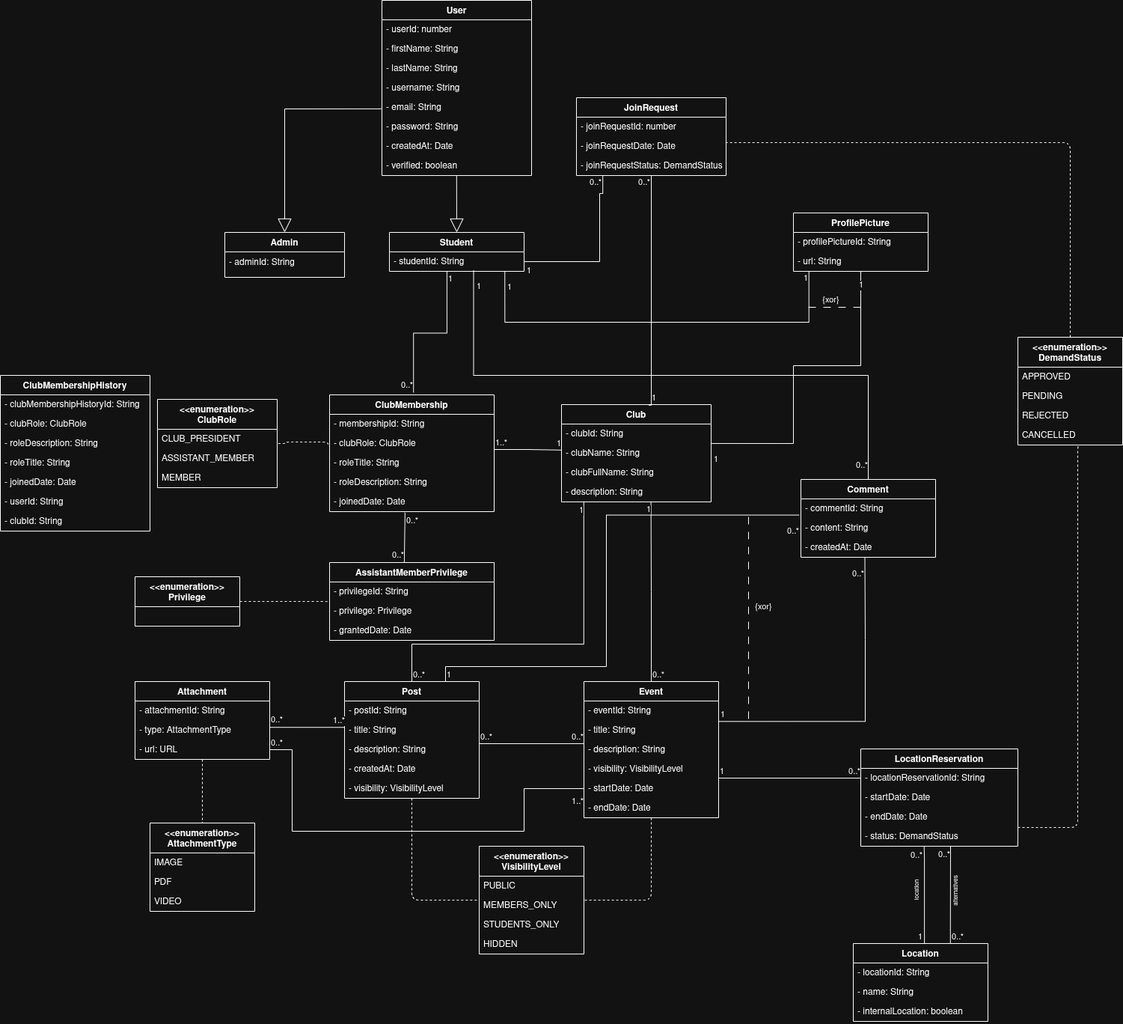
Above: docs/class_diagram.png in appsbuildcommunity/school-club-management-system (draw.io), before the change. Source tidied: cells renumbered, new cells last; positions are measured from the earlier drawing's top-left corner, leaving out a move shared by most shapes.
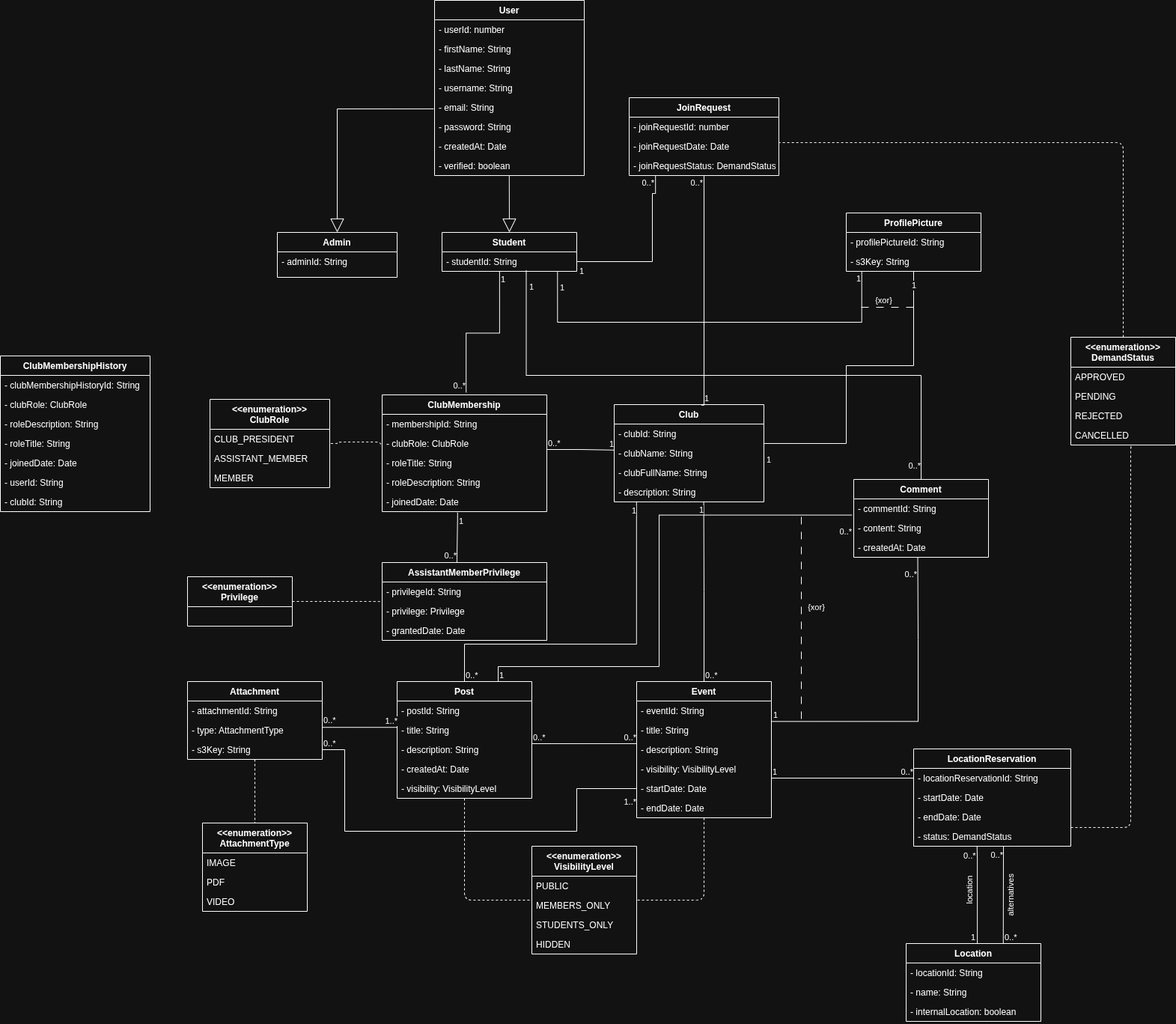
The same diagram one commit later.

Diff of the diagram source:
```diff
@@ -87,7 +87,7 @@
       <mxGeometry y="92" width="160" height="26" as="geometry" />
     </mxCell>
     <mxCell id="30" value="ClubMembershipHistory" style="swimlane;fontStyle=1;align=center;verticalAlign=top;horizontal=1;startSize=26;labelBorderColor=none;textShadow=0;" parent="1" vertex="1">
-      <mxGeometry y="501" width="200" height="208" as="geometry" />
+      <mxGeometry x="-70" y="475" width="200" height="208" as="geometry" />
     </mxCell>
     <mxCell id="31" value="- clubMembershipHistoryId: String" style="text;strokeColor=none;fillColor=none;align=left;verticalAlign=top;spacingLeft=4;spacingRight=4;overflow=hidden;html=1;labelBorderColor=none;textShadow=0;" parent="30" vertex="1">
       <mxGeometry y="26" width="200" height="26" as="geometry" />
@@ -185,7 +185,7 @@
     <mxCell id="62" value="- type: AttachmentType" style="text;strokeColor=none;fillColor=none;align=left;verticalAlign=top;spacingLeft=4;spacingRight=4;overflow=hidden;html=1;labelBorderColor=none;textShadow=0;" parent="60" vertex="1">
       <mxGeometry y="52" width="180" height="26" as="geometry" />
     </mxCell>
-    <mxCell id="63" value="- url: URL" style="text;strokeColor=none;fillColor=none;align=left;verticalAlign=top;spacingLeft=4;spacingRight=4;overflow=hidden;points=[[0,0.5],[1,0.5]];portConstraint=eastwest;html=1;labelBorderColor=none;textShadow=0;" parent="60" vertex="1">
+    <mxCell id="63" value="- s3Key: String" style="text;strokeColor=none;fillColor=none;align=left;verticalAlign=top;spacingLeft=4;spacingRight=4;overflow=hidden;points=[[0,0.5],[1,0.5]];portConstraint=eastwest;html=1;labelBorderColor=none;textShadow=0;" parent="60" vertex="1">
       <mxGeometry y="78" width="180" height="26" as="geometry" />
     </mxCell>
     <mxCell id="64" value="&lt;&lt;enumeration&gt;&gt;&#10;AttachmentType" style="swimlane;fontStyle=1;align=center;verticalAlign=top;horizontal=1;startSize=40;labelBorderColor=none;textShadow=0;" parent="1" vertex="1">
@@ -260,7 +260,7 @@
         <mxPoint x="749.8" y="600.8" as="targetPoint" />
       </mxGeometry>
     </mxCell>
-    <mxCell id="83" value="1..*" style="edgeLabel;html=1;align=left;verticalAlign=bottom;labelBorderColor=none;textShadow=0;" parent="82" vertex="1">
+    <mxCell id="83" value="0..*" style="edgeLabel;html=1;align=left;verticalAlign=bottom;labelBorderColor=none;textShadow=0;" parent="82" vertex="1">
       <mxGeometry x="-1" relative="1" as="geometry" />
     </mxCell>
     <mxCell id="84" value="1" style="edgeLabel;html=1;align=right;verticalAlign=bottom;labelBorderColor=none;textShadow=0;" parent="82" vertex="1">
@@ -362,7 +362,7 @@
         </Array>
       </mxGeometry>
     </mxCell>
-    <mxCell id="104" value="0..*" style="edgeLabel;html=1;align=left;verticalAlign=bottom;labelBorderColor=none;textShadow=0;" parent="103" vertex="1">
+    <mxCell id="104" value="1" style="edgeLabel;html=1;align=left;verticalAlign=bottom;labelBorderColor=none;textShadow=0;" parent="103" vertex="1">
       <mxGeometry x="-1" relative="1" as="geometry">
         <mxPoint y="20" as="offset" />
       </mxGeometry>
@@ -409,7 +409,7 @@
     <mxCell id="113" value="&lt;div style=&quot;text-align: center;&quot;&gt;&lt;span style=&quot;background-color: transparent; color: light-dark(rgb(0, 0, 0), rgb(255, 255, 255));&quot;&gt;- profilePictureId&lt;/span&gt;&lt;span style=&quot;background-color: transparent; color: light-dark(rgb(0, 0, 0), rgb(255, 255, 255));&quot;&gt;: String&lt;/span&gt;&lt;/div&gt;" style="text;strokeColor=none;fillColor=none;align=left;verticalAlign=top;spacingLeft=4;spacingRight=4;overflow=hidden;html=1;labelBorderColor=none;textShadow=0;" parent="112" vertex="1">
       <mxGeometry y="26" width="180" height="26" as="geometry" />
     </mxCell>
-    <mxCell id="114" value="- url: String" style="text;strokeColor=none;fillColor=none;align=left;verticalAlign=top;spacingLeft=4;spacingRight=4;overflow=hidden;points=[[0,0.5],[1,0.5]];portConstraint=eastwest;html=1;labelBorderColor=none;textShadow=0;" parent="112" vertex="1">
+    <mxCell id="114" value="- s3Key: String" style="text;strokeColor=none;fillColor=none;align=left;verticalAlign=top;spacingLeft=4;spacingRight=4;overflow=hidden;points=[[0,0.5],[1,0.5]];portConstraint=eastwest;html=1;labelBorderColor=none;textShadow=0;" parent="112" vertex="1">
       <mxGeometry y="52" width="180" height="26" as="geometry" />
     </mxCell>
     <mxCell id="115" style="endArrow=none;html=1;edgeStyle=orthogonalEdgeStyle;rounded=0;exitX=0.857;exitY=1.002;exitDx=0;exitDy=0;exitPerimeter=0;entryX=0.115;entryY=0.999;entryDx=0;entryDy=0;entryPerimeter=0;labelBorderColor=none;textShadow=0;" parent="1" edge="1" source="14" target="114">
@@ -545,8 +545,8 @@
         <mxPoint y="20" as="offset" />
       </mxGeometry>
     </mxCell>
-    <mxCell id="145" value="&lt;font style=&quot;font-size: 8px;&quot;&gt;alternatives&lt;/font&gt;" style="text;html=1;strokeColor=none;fillColor=none;align=center;verticalAlign=middle;rounded=0;rotation=-90;labelBorderColor=none;textShadow=0;" parent="1" vertex="1">
-      <mxGeometry x="1251.5" y="1179" width="50" height="23" as="geometry" />
+    <mxCell id="145" value="&lt;font style=&quot;font-size: 11px;&quot;&gt;alternatives&lt;/font&gt;" style="text;html=1;strokeColor=none;fillColor=none;align=center;verticalAlign=middle;rounded=0;rotation=-90;labelBorderColor=none;textShadow=0;" parent="1" vertex="1">
+      <mxGeometry x="1249.8" y="1180.8" width="61.5" height="31" as="geometry" />
     </mxCell>
     <mxCell id="146" style="endArrow=none;html=1;edgeStyle=orthogonalEdgeStyle;rounded=0;exitX=0.332;exitY=0.994;exitDx=0;exitDy=0;exitPerimeter=0;entryX=0.445;entryY=0.004;entryDx=0;entryDy=0;entryPerimeter=0;labelBorderColor=none;textShadow=0;" parent="1" edge="1">
       <mxGeometry relative="1" as="geometry">
@@ -564,7 +564,7 @@
         <mxPoint x="-20" y="21" as="offset" />
       </mxGeometry>
     </mxCell>
-    <mxCell id="148" value="&lt;font style=&quot;font-size: 8px;&quot;&gt;location&lt;/font&gt;" style="text;html=1;strokeColor=none;fillColor=none;align=center;verticalAlign=middle;rounded=0;rotation=-90;labelBorderColor=none;textShadow=0;" parent="1" vertex="1">
+    <mxCell id="148" value="&lt;font style=&quot;font-size: 11px;&quot;&gt;location&lt;/font&gt;" style="text;html=1;strokeColor=none;fillColor=none;align=center;verticalAlign=middle;rounded=0;rotation=-90;labelBorderColor=none;textShadow=0;" parent="1" vertex="1">
       <mxGeometry x="1200" y="1179" width="50" height="20" as="geometry" />
     </mxCell>
     <mxCell id="149" value="1" style="edgeLabel;html=1;align=left;verticalAlign=bottom;labelBorderColor=none;textShadow=0;" parent="1" vertex="1">
```
